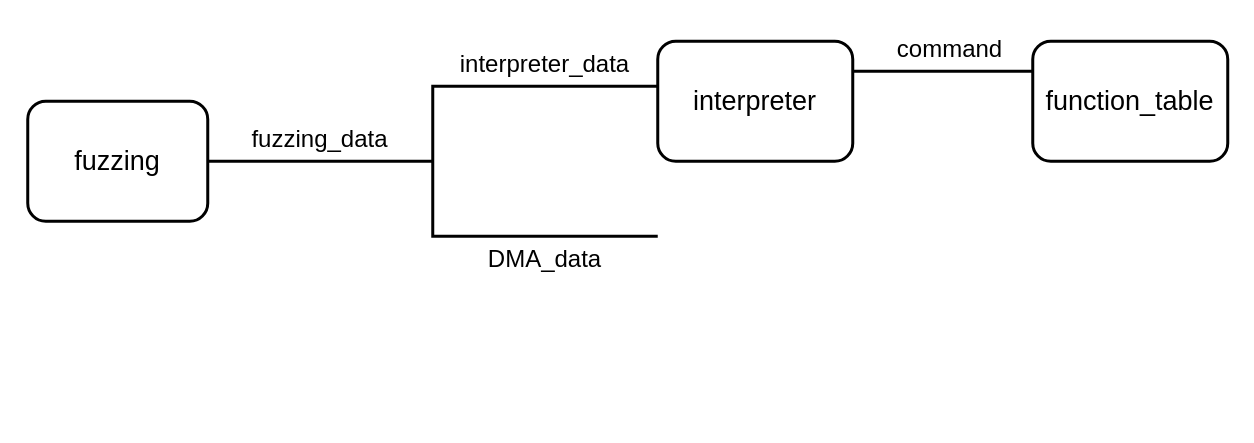
Above: kuangjia.drawio in Yongibaoi/100-gdb-tips (draw.io), before the change. Source tidied: cells renumbered, new cells numbered last; positions are measured from the earlier drawing's top-left corner, leaving out a move shared by most shapes. Both pictures are drawn from the tidied source at 150%, with x=0, y=0 at pixel (27, 26).
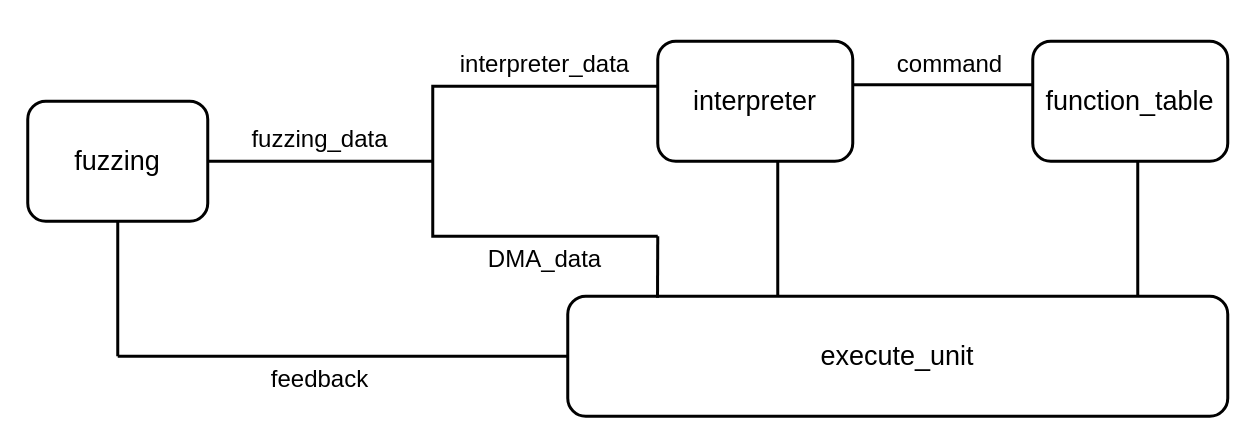
Above is the later version.

Unchanged cells that the change refers to:
```xml
<mxCell id="2" value="&lt;font style=&quot;font-size: 13px;&quot;&gt;&lt;font style=&quot;font-size: 14px;&quot;&gt;&lt;font style=&quot;font-size: 15px;&quot;&gt;&lt;font style=&quot;font-size: 16px;&quot;&gt;&lt;font style=&quot;font-size: 17px;&quot;&gt;&lt;font style=&quot;font-size: 18px;&quot;&gt;fuzzing&lt;/font&gt;&lt;/font&gt;&lt;/font&gt;&lt;/font&gt;&lt;/font&gt;&lt;/font&gt;" style="rounded=1;whiteSpace=wrap;html=1;strokeWidth=2;" parent="1" vertex="1">
  <mxGeometry y="50" width="120" height="80" as="geometry" />
</mxCell>
```

Diff of the diagram source:
```diff
@@
     <mxCell id="8" value="&lt;font style=&quot;font-size: 13px;&quot;&gt;&lt;font style=&quot;font-size: 14px;&quot;&gt;&lt;font style=&quot;font-size: 15px;&quot;&gt;&lt;font style=&quot;font-size: 16px;&quot;&gt;command&lt;/font&gt;&lt;/font&gt;&lt;/font&gt;&lt;/font&gt;" style="text;html=1;strokeColor=none;fillColor=none;align=center;verticalAlign=middle;whiteSpace=wrap;rounded=0;" parent="1" vertex="1">
-      <mxGeometry x="560" width="110" height="30" as="geometry" />
+      <mxGeometry x="560" y="10" width="110" height="30" as="geometry" />
     </mxCell>
     <mxCell id="9" style="endArrow=none;html=1;rounded=0;strokeWidth=2;" parent="1" edge="1">
       <mxGeometry relative="1" as="geometry">
-        <mxPoint x="550" y="30" as="sourcePoint" />
-        <mxPoint x="670" y="30" as="targetPoint" />
+        <mxPoint x="550" y="39" as="sourcePoint" />
+        <mxPoint x="670" y="39" as="targetPoint" />
       </mxGeometry>
     </mxCell>
@@
+    <mxCell id="11" value="&lt;font style=&quot;font-size: 18px;&quot;&gt;execute_unit&lt;br&gt;&lt;/font&gt;" style="rounded=1;whiteSpace=wrap;html=1;strokeWidth=2;" parent="1" vertex="1">
+      <mxGeometry x="360" y="180" width="440" height="80" as="geometry" />
+    </mxCell>
+    <mxCell id="12" style="endArrow=none;html=1;rounded=0;strokeWidth=2;" parent="1" edge="1">
+      <mxGeometry relative="1" as="geometry">
+        <mxPoint x="500" y="180" as="sourcePoint" />
+        <mxPoint x="500" y="90" as="targetPoint" />
+      </mxGeometry>
+    </mxCell>
+    <mxCell id="13" style="endArrow=none;html=1;rounded=0;strokeWidth=2;" parent="1" edge="1">
+      <mxGeometry relative="1" as="geometry">
+        <mxPoint x="740" y="180" as="sourcePoint" />
+        <mxPoint x="740" y="90" as="targetPoint" />
+      </mxGeometry>
+    </mxCell>
+    <mxCell id="14" style="endArrow=none;html=1;rounded=0;exitX=0.136;exitY=0.013;exitDx=0;exitDy=0;exitPerimeter=0;strokeWidth=2;" parent="1" edge="1" source="11">
+      <mxGeometry relative="1" as="geometry">
+        <mxPoint x="420" y="140" as="targetPoint" />
+      </mxGeometry>
+    </mxCell>
+    <mxCell id="15" style="endArrow=none;html=1;rounded=0;strokeWidth=2;" parent="1" edge="1">
+      <mxGeometry relative="1" as="geometry">
+        <mxPoint x="60" y="220" as="sourcePoint" />
+        <mxPoint x="360" y="220" as="targetPoint" />
+      </mxGeometry>
+    </mxCell>
+    <mxCell id="16" style="endArrow=none;html=1;rounded=0;entryX=0.5;entryY=1;entryDx=0;entryDy=0;strokeWidth=2;" parent="1" edge="1" target="2">
+      <mxGeometry relative="1" as="geometry">
+        <mxPoint x="60" y="220" as="sourcePoint" />
+      </mxGeometry>
+    </mxCell>
+    <mxCell id="17" value="&lt;font style=&quot;font-size: 13px;&quot;&gt;&lt;font style=&quot;font-size: 14px;&quot;&gt;&lt;font style=&quot;font-size: 15px;&quot;&gt;&lt;font style=&quot;font-size: 16px;&quot;&gt;feedback&lt;/font&gt;&lt;/font&gt;&lt;/font&gt;&lt;/font&gt;" style="text;html=1;strokeColor=none;fillColor=none;align=center;verticalAlign=middle;whiteSpace=wrap;rounded=0;" parent="1" vertex="1">
+      <mxGeometry x="140" y="220" width="110" height="30" as="geometry" />
+    </mxCell>
```
